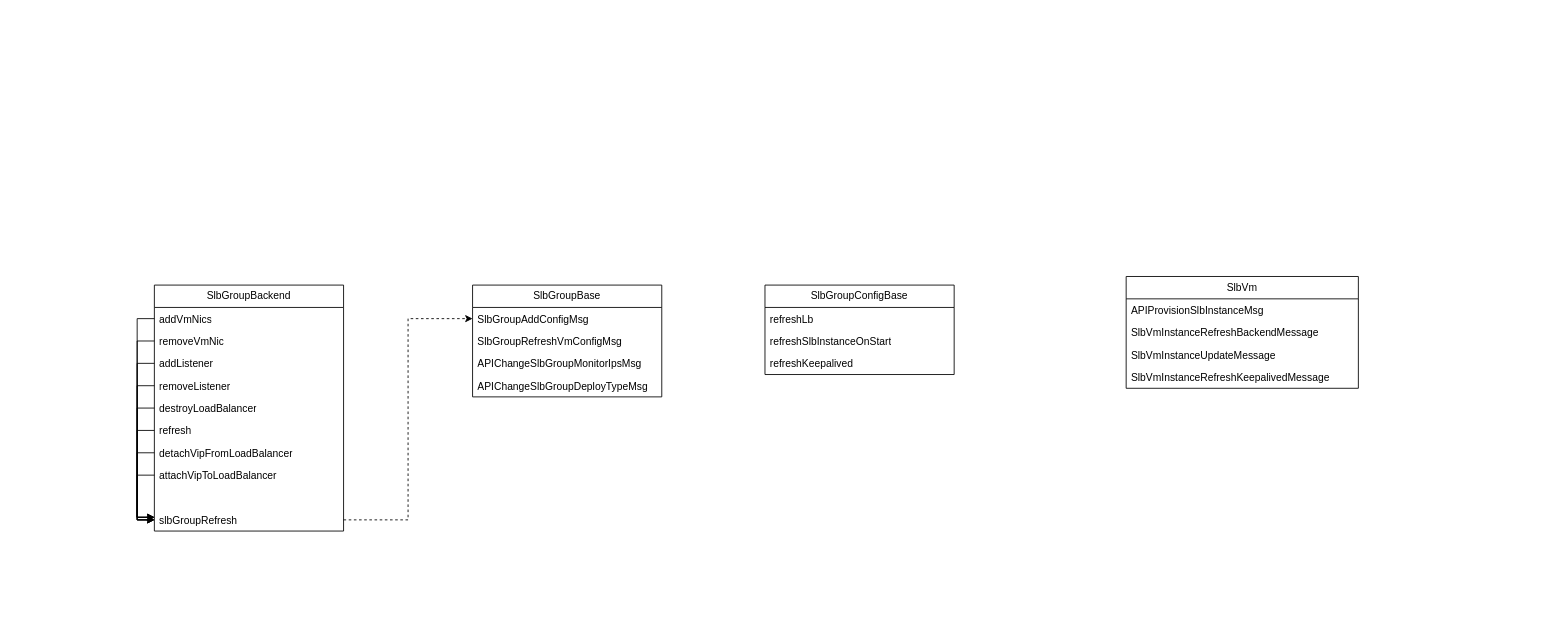
Before: slbha.drawio in ruansteve/ebook, a draw.io diagram. Source tidied: cells renumbered, new cells numbered last; positions are measured from the earlier drawing's top-left corner, leaving out a move shared by most shapes. Both pictures are drawn from the tidied source at 86%, with x=0, y=0 at pixel (137, 276).
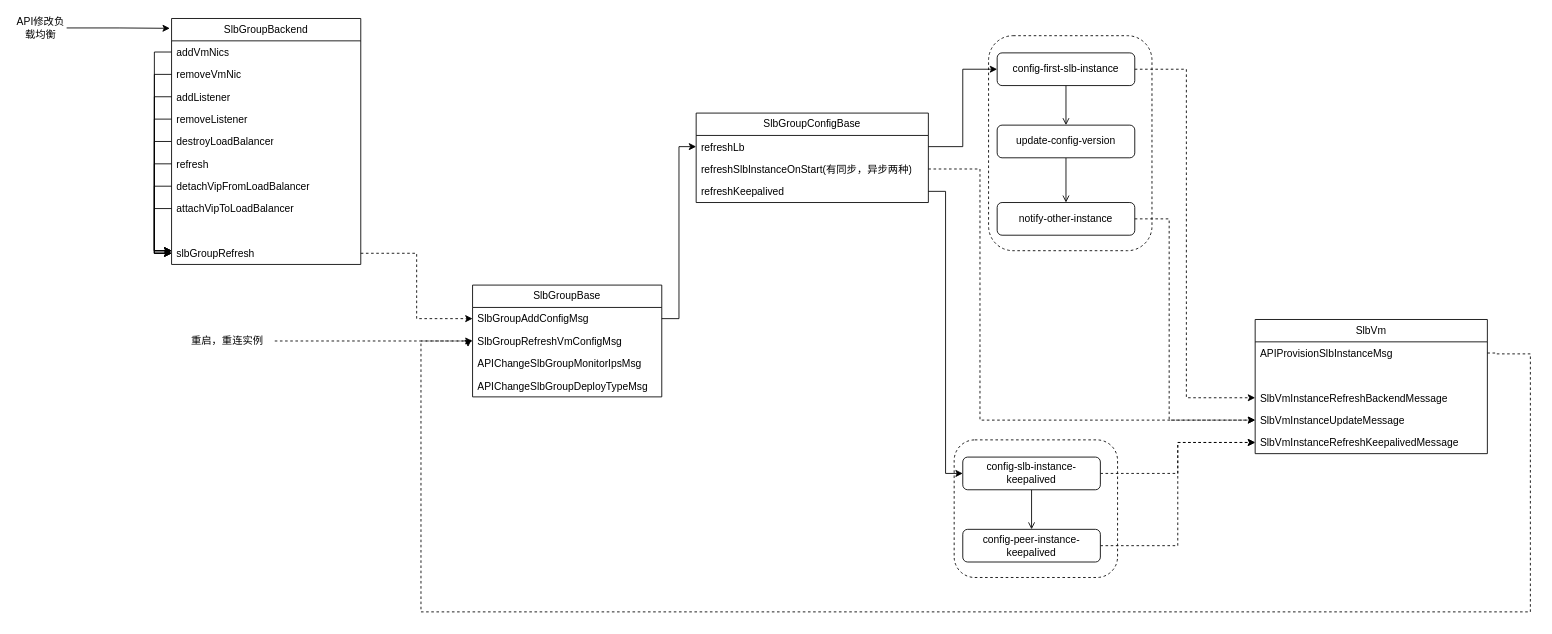
After the change.

Unchanged cells that the change refers to:
```xml
<mxCell id="3" value="SlbGroupAddConfigMsg" style="text;strokeColor=none;fillColor=none;align=left;verticalAlign=top;spacingLeft=4;spacingRight=4;overflow=hidden;points=[[0,0.5],[1,0.5]];portConstraint=eastwest;whiteSpace=wrap;html=1;" parent="2" vertex="1">
  <mxGeometry y="26" width="220" height="26" as="geometry" />
</mxCell>
<mxCell id="4" value="SlbGroupRefreshVmConfigMsg" style="text;strokeColor=none;fillColor=none;align=left;verticalAlign=top;spacingLeft=4;spacingRight=4;overflow=hidden;points=[[0,0.5],[1,0.5]];portConstraint=eastwest;whiteSpace=wrap;html=1;" parent="2" vertex="1">
  <mxGeometry y="52" width="220" height="26" as="geometry" />
</mxCell>
<mxCell id="12" value="APIProvisionSlbInstanceMsg" style="text;strokeColor=none;fillColor=none;align=left;verticalAlign=top;spacingLeft=4;spacingRight=4;overflow=hidden;points=[[0,0.5],[1,0.5]];portConstraint=eastwest;whiteSpace=wrap;html=1;" parent="11" vertex="1">
  <mxGeometry y="26" width="270" height="26" as="geometry" />
</mxCell>
```

Diff of the diagram source:
```diff
@@
     <mxCell id="7" value="SlbGroupConfigBase" style="swimlane;fontStyle=0;horizontal=1;startSize=26;fillColor=none;whiteSpace=wrap;html=1;" parent="1" vertex="1">
-      <mxGeometry x="730" y="10" width="220" height="104" as="geometry" />
+      <mxGeometry x="650" y="-190" width="270" height="104" as="geometry" />
     </mxCell>
     <mxCell id="8" value="refreshLb" style="text;strokeColor=none;fillColor=none;align=left;verticalAlign=top;spacingLeft=4;spacingRight=4;overflow=hidden;points=[[0,0.5],[1,0.5]];portConstraint=eastwest;whiteSpace=wrap;html=1;" parent="7" vertex="1">
-      <mxGeometry y="26" width="220" height="26" as="geometry" />
+      <mxGeometry y="26" width="270" height="26" as="geometry" />
     </mxCell>
-    <mxCell id="9" value="refreshSlbInstanceOnStart" style="text;strokeColor=none;fillColor=none;align=left;verticalAlign=top;spacingLeft=4;spacingRight=4;overflow=hidden;points=[[0,0.5],[1,0.5]];portConstraint=eastwest;whiteSpace=wrap;html=1;" parent="7" vertex="1">
-      <mxGeometry y="52" width="220" height="26" as="geometry" />
+    <mxCell id="9" value="refreshSlbInstanceOnStart(有同步，异步两种)" style="text;strokeColor=none;fillColor=none;align=left;verticalAlign=top;spacingLeft=4;spacingRight=4;overflow=hidden;points=[[0,0.5],[1,0.5]];portConstraint=eastwest;whiteSpace=wrap;html=1;" parent="7" vertex="1">
+      <mxGeometry y="52" width="270" height="26" as="geometry" />
     </mxCell>
     <mxCell id="10" value="refreshKeepalived" style="text;strokeColor=none;fillColor=none;align=left;verticalAlign=top;spacingLeft=4;spacingRight=4;overflow=hidden;points=[[0,0.5],[1,0.5]];portConstraint=eastwest;whiteSpace=wrap;html=1;" parent="7" vertex="1">
-      <mxGeometry y="78" width="220" height="26" as="geometry" />
+      <mxGeometry y="78" width="270" height="26" as="geometry" />
     </mxCell>
     <mxCell id="11" value="SlbVm" style="swimlane;fontStyle=0;horizontal=1;startSize=26;fillColor=none;whiteSpace=wrap;html=1;" parent="1" vertex="1">
-      <mxGeometry x="1150" width="270" height="130" as="geometry" />
+      <mxGeometry x="1300" y="50" width="270" height="156" as="geometry" />
     </mxCell>
@@
+    <mxCell id="36" value="&amp;nbsp; &amp;nbsp;" style="text;strokeColor=none;fillColor=none;align=left;verticalAlign=top;spacingLeft=4;spacingRight=4;overflow=hidden;whiteSpace=wrap;html=1;" parent="11" vertex="1">
+      <mxGeometry y="52" width="270" height="26" as="geometry" />
+    </mxCell>
     <mxCell id="13" value="SlbVmInstanceRefreshBackendMessage" style="text;strokeColor=none;fillColor=none;align=left;verticalAlign=top;spacingLeft=4;spacingRight=4;overflow=hidden;points=[[0,0.5],[1,0.5]];portConstraint=eastwest;whiteSpace=wrap;html=1;" parent="11" vertex="1">
-      <mxGeometry y="52" width="270" height="26" as="geometry" />
+      <mxGeometry y="78" width="270" height="26" as="geometry" />
     </mxCell>
     <mxCell id="14" value="SlbVmInstanceUpdateMessage" style="text;strokeColor=none;fillColor=none;align=left;verticalAlign=top;spacingLeft=4;spacingRight=4;overflow=hidden;points=[[0,0.5],[1,0.5]];portConstraint=eastwest;whiteSpace=wrap;html=1;" parent="11" vertex="1">
-      <mxGeometry y="78" width="270" height="26" as="geometry" />
+      <mxGeometry y="104" width="270" height="26" as="geometry" />
     </mxCell>
     <mxCell id="15" value="SlbVmInstanceRefreshKeepalivedMessage" style="text;strokeColor=none;fillColor=none;align=left;verticalAlign=top;spacingLeft=4;spacingRight=4;overflow=hidden;points=[[0,0.5],[1,0.5]];portConstraint=eastwest;whiteSpace=wrap;html=1;" parent="11" vertex="1">
-      <mxGeometry y="104" width="270" height="26" as="geometry" />
+      <mxGeometry y="130" width="270" height="26" as="geometry" />
     </mxCell>
     <mxCell id="16" value="SlbGroupBackend" style="swimlane;fontStyle=0;horizontal=1;startSize=26;fillColor=none;whiteSpace=wrap;html=1;" parent="1" vertex="1">
-      <mxGeometry x="20" y="10" width="220" height="286" as="geometry" />
+      <mxGeometry x="40" y="-300" width="220" height="286" as="geometry" />
     </mxCell>
@@
+    <mxCell id="37" value="API修改负载均衡" style="text;html=1;align=center;verticalAlign=middle;whiteSpace=wrap;rounded=0;" parent="1" vertex="1">
+      <mxGeometry x="-142" y="-304" width="60" height="30" as="geometry" />
+    </mxCell>
+    <mxCell id="38" style="edgeStyle=orthogonalEdgeStyle;rounded=0;jettySize=auto;html=1;entryX=-0.009;entryY=0.04;entryDx=0;entryDy=0;entryPerimeter=0;" parent="1" edge="1" source="37" target="16">
+      <mxGeometry relative="1" as="geometry" />
+    </mxCell>
+    <mxCell id="39" style="edgeStyle=orthogonalEdgeStyle;rounded=0;jettySize=auto;html=1;entryX=0;entryY=0.5;entryDx=0;entryDy=0;" parent="1" edge="1" source="3" target="8">
+      <mxGeometry relative="1" as="geometry" />
+    </mxCell>
+    <mxCell id="40" style="group;" parent="1" vertex="1">
+      <mxGeometry x="990" y="-280" width="190" height="250" as="geometry" />
+    </mxCell>
+    <mxCell id="41" style="rounded=1;whiteSpace=wrap;html=1;dashed=1;" parent="40" vertex="1">
+      <mxGeometry width="190" height="250" as="geometry" />
+    </mxCell>
+    <mxCell id="42" style="edgeStyle=orthogonalEdgeStyle;rounded=0;jettySize=auto;html=1;entryX=0.5;entryY=0;entryDx=0;entryDy=0;endArrow=open;endFill=0;" parent="40" edge="1" source="43" target="45">
+      <mxGeometry relative="1" as="geometry" />
+    </mxCell>
+    <mxCell id="43" value="config-first-slb-instance" style="rounded=1;whiteSpace=wrap;html=1;" parent="40" vertex="1">
+      <mxGeometry x="10" y="20" width="160" height="38" as="geometry" />
+    </mxCell>
+    <mxCell id="44" style="edgeStyle=orthogonalEdgeStyle;rounded=0;jettySize=auto;html=1;endArrow=open;endFill=0;" parent="40" edge="1" source="45" target="46">
+      <mxGeometry relative="1" as="geometry" />
+    </mxCell>
+    <mxCell id="45" value="update-config-version" style="rounded=1;whiteSpace=wrap;html=1;" parent="40" vertex="1">
+      <mxGeometry x="10" y="104" width="160" height="38" as="geometry" />
+    </mxCell>
+    <mxCell id="46" value="notify-other-instance" style="rounded=1;whiteSpace=wrap;html=1;" parent="40" vertex="1">
+      <mxGeometry x="10" y="194" width="160" height="38" as="geometry" />
+    </mxCell>
+    <mxCell id="47" style="edgeStyle=orthogonalEdgeStyle;rounded=0;jettySize=auto;html=1;entryX=0;entryY=0.5;entryDx=0;entryDy=0;" parent="1" edge="1" source="8" target="43">
+      <mxGeometry relative="1" as="geometry" />
+    </mxCell>
+    <mxCell id="48" style="rounded=1;whiteSpace=wrap;html=1;dashed=1;" parent="1" vertex="1">
+      <mxGeometry x="950" y="190" width="190" height="160" as="geometry" />
+    </mxCell>
+    <mxCell id="49" style="edgeStyle=orthogonalEdgeStyle;rounded=0;jettySize=auto;html=1;entryX=0.5;entryY=0;entryDx=0;entryDy=0;endArrow=open;endFill=0;" parent="1" edge="1" source="51" target="53">
+      <mxGeometry relative="1" as="geometry" />
+    </mxCell>
+    <mxCell id="50" style="edgeStyle=orthogonalEdgeStyle;rounded=0;jettySize=auto;html=1;entryX=0;entryY=0.5;entryDx=0;entryDy=0;dashed=1;" parent="1" edge="1" source="51" target="15">
+      <mxGeometry relative="1" as="geometry">
+        <Array as="points">
+          <mxPoint x="1210" y="229" />
+          <mxPoint x="1210" y="193" />
+        </Array>
+      </mxGeometry>
+    </mxCell>
+    <mxCell id="51" value="config-slb-instance-keepalived" style="rounded=1;whiteSpace=wrap;html=1;" parent="1" vertex="1">
+      <mxGeometry x="960" y="210" width="160" height="38" as="geometry" />
+    </mxCell>
+    <mxCell id="52" style="edgeStyle=orthogonalEdgeStyle;rounded=0;jettySize=auto;html=1;entryX=0;entryY=0.5;entryDx=0;entryDy=0;dashed=1;" parent="1" edge="1" source="53" target="15">
+      <mxGeometry relative="1" as="geometry">
+        <Array as="points">
+          <mxPoint x="1210" y="313" />
+          <mxPoint x="1210" y="193" />
+        </Array>
+      </mxGeometry>
+    </mxCell>
+    <mxCell id="53" value="config-peer-instance-keepalived" style="rounded=1;whiteSpace=wrap;html=1;" parent="1" vertex="1">
+      <mxGeometry x="960" y="294" width="160" height="38" as="geometry" />
+    </mxCell>
+    <mxCell id="54" style="edgeStyle=orthogonalEdgeStyle;rounded=0;jettySize=auto;html=1;entryX=0;entryY=0.5;entryDx=0;entryDy=0;" parent="1" edge="1" source="10" target="51">
+      <mxGeometry relative="1" as="geometry" />
+    </mxCell>
+    <mxCell id="55" style="edgeStyle=orthogonalEdgeStyle;rounded=0;jettySize=auto;html=1;dashed=1;" parent="1" edge="1" source="56" target="4">
+      <mxGeometry relative="1" as="geometry" />
+    </mxCell>
+    <mxCell id="56" value="重启，重连实例" style="text;html=1;align=center;verticalAlign=middle;whiteSpace=wrap;rounded=0;" parent="1" vertex="1">
+      <mxGeometry x="50" y="60" width="110" height="30" as="geometry" />
+    </mxCell>
+    <mxCell id="57" style="edgeStyle=orthogonalEdgeStyle;rounded=0;jettySize=auto;html=1;entryX=-0.024;entryY=0.769;entryDx=0;entryDy=0;entryPerimeter=0;exitX=1;exitY=0.5;exitDx=0;exitDy=0;dashed=1;" parent="1" edge="1" source="12" target="4">
+      <mxGeometry relative="1" as="geometry">
+        <Array as="points">
+          <mxPoint x="1580" y="90" />
+          <mxPoint x="1620" y="90" />
+          <mxPoint x="1620" y="390" />
+          <mxPoint x="330" y="390" />
+          <mxPoint x="330" y="75" />
+          <mxPoint x="385" y="75" />
+        </Array>
+      </mxGeometry>
+    </mxCell>
+    <mxCell id="58" style="edgeStyle=orthogonalEdgeStyle;rounded=0;jettySize=auto;html=1;entryX=0;entryY=0.5;entryDx=0;entryDy=0;dashed=1;" parent="1" edge="1" source="9" target="14">
+      <mxGeometry relative="1" as="geometry">
+        <Array as="points">
+          <mxPoint x="980" y="-125" />
+          <mxPoint x="980" y="167" />
+        </Array>
+      </mxGeometry>
+    </mxCell>
+    <mxCell id="59" style="edgeStyle=orthogonalEdgeStyle;rounded=0;jettySize=auto;html=1;entryX=0;entryY=0.5;entryDx=0;entryDy=0;dashed=1;" parent="1" edge="1" source="46" target="14">
+      <mxGeometry relative="1" as="geometry">
+        <Array as="points">
+          <mxPoint x="1200" y="-67" />
+          <mxPoint x="1200" y="167" />
+        </Array>
+      </mxGeometry>
+    </mxCell>
+    <mxCell id="60" style="edgeStyle=orthogonalEdgeStyle;rounded=0;jettySize=auto;html=1;entryX=0;entryY=0.5;entryDx=0;entryDy=0;dashed=1;" parent="1" edge="1" source="43" target="13">
+      <mxGeometry relative="1" as="geometry">
+        <Array as="points">
+          <mxPoint x="1220" y="-241" />
+          <mxPoint x="1220" y="141" />
+        </Array>
+      </mxGeometry>
+    </mxCell>
```
